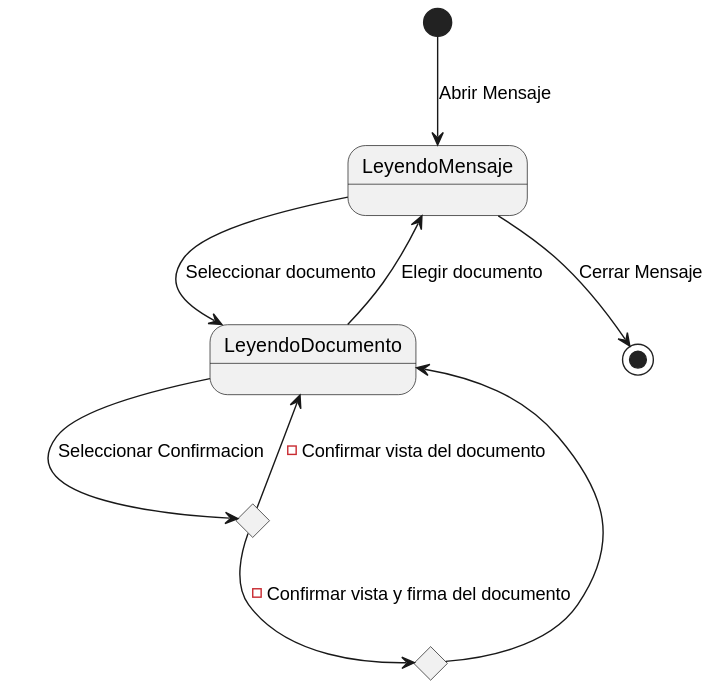
Before: docs/modeloDeDominio/diagramaDeEstados/PrimeraIteracion/diagramaDeEstadosReceptorIteracion1Final.svg, a diagram exported from PlantUML (mmasias/24-25-IdSw1-SDR).
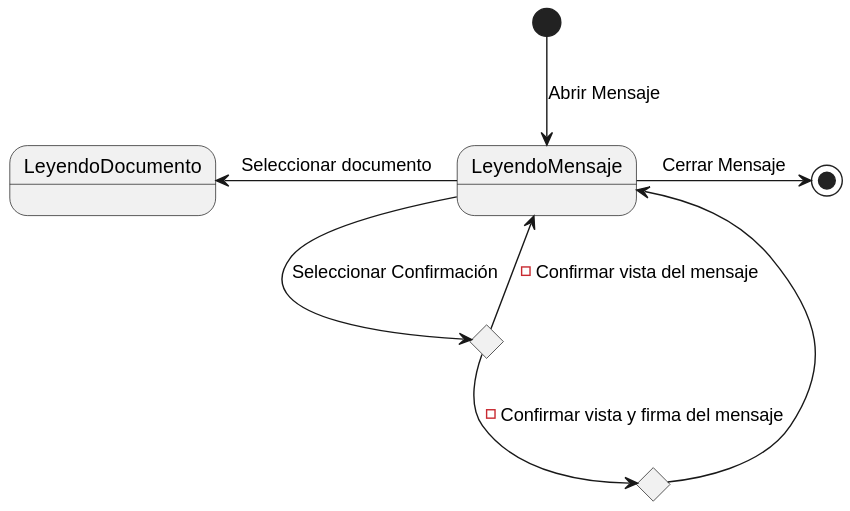
After the commit.

Commit message:
Actualizar diagramas de estados: corregir transiciones y agregar nuevo estado de envío

Diff of the diagram source:
```diff
@@ -1,18 +1,16 @@
 @startuml
 [*] --> LeyendoMensaje: Abrir Mensaje
 
-LeyendoMensaje --> LeyendoDocumento: Seleccionar documento
+LeyendoMensaje -l-> LeyendoDocumento: Seleccionar documento
 
 
-state confirmandoDocumento <<choice>>
-state firmandoDocumento <<choice>>
-confirmandoDocumento --> LeyendoDocumento: - Confirmar vista del documento
-confirmandoDocumento --> firmandoDocumento: - Confirmar vista y firma del documento
-firmandoDocumento --> LeyendoDocumento
+state confirmandoMensaje <<choice>>
+state firmandoMensaje <<choice>>
+confirmandoMensaje --> LeyendoMensaje: - Confirmar vista del mensaje
+confirmandoMensaje --> firmandoMensaje: - Confirmar vista y firma del mensaje
+firmandoMensaje --> LeyendoMensaje
 
-LeyendoDocumento --> confirmandoDocumento : Seleccionar Confirmacion
+LeyendoMensaje --> confirmandoMensaje : Seleccionar Confirmación
 
-LeyendoDocumento --> LeyendoMensaje : Elegir documento
-
-LeyendoMensaje --> [*]: Cerrar Mensaje
+LeyendoMensaje -r-> [*]: Cerrar Mensaje
 @enduml
```
